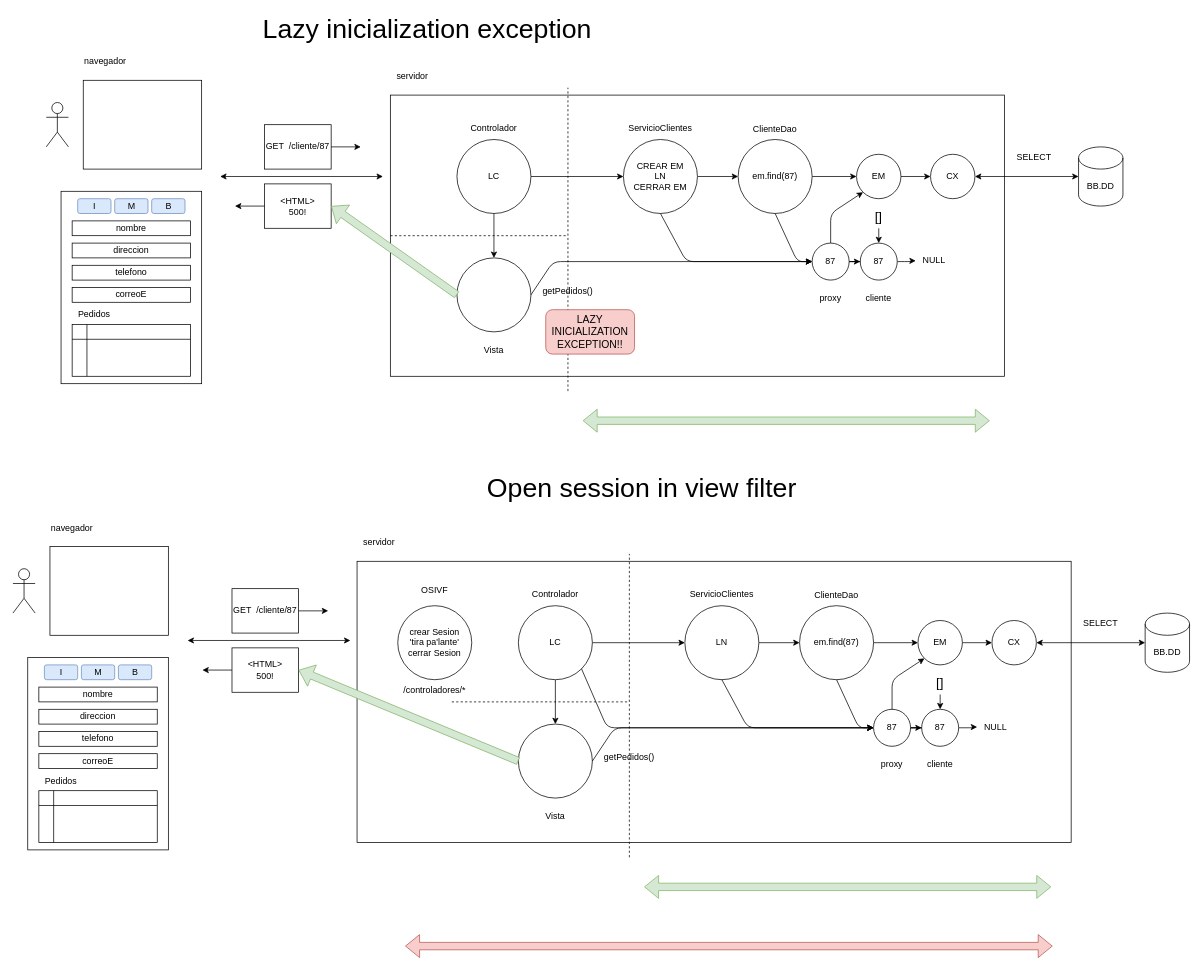
The draw.io diagram page "Página-20" (20 of 30) of diagramas.drawio in lrag/JEE, before the edit. Source tidied: cells renumbered, new cells numbered last; positions are measured from the earlier drawing's top-left corner, leaving out a move shared by most shapes. Both pictures are drawn from the tidied source at 74%, with x=0, y=0 at pixel (13, 21).
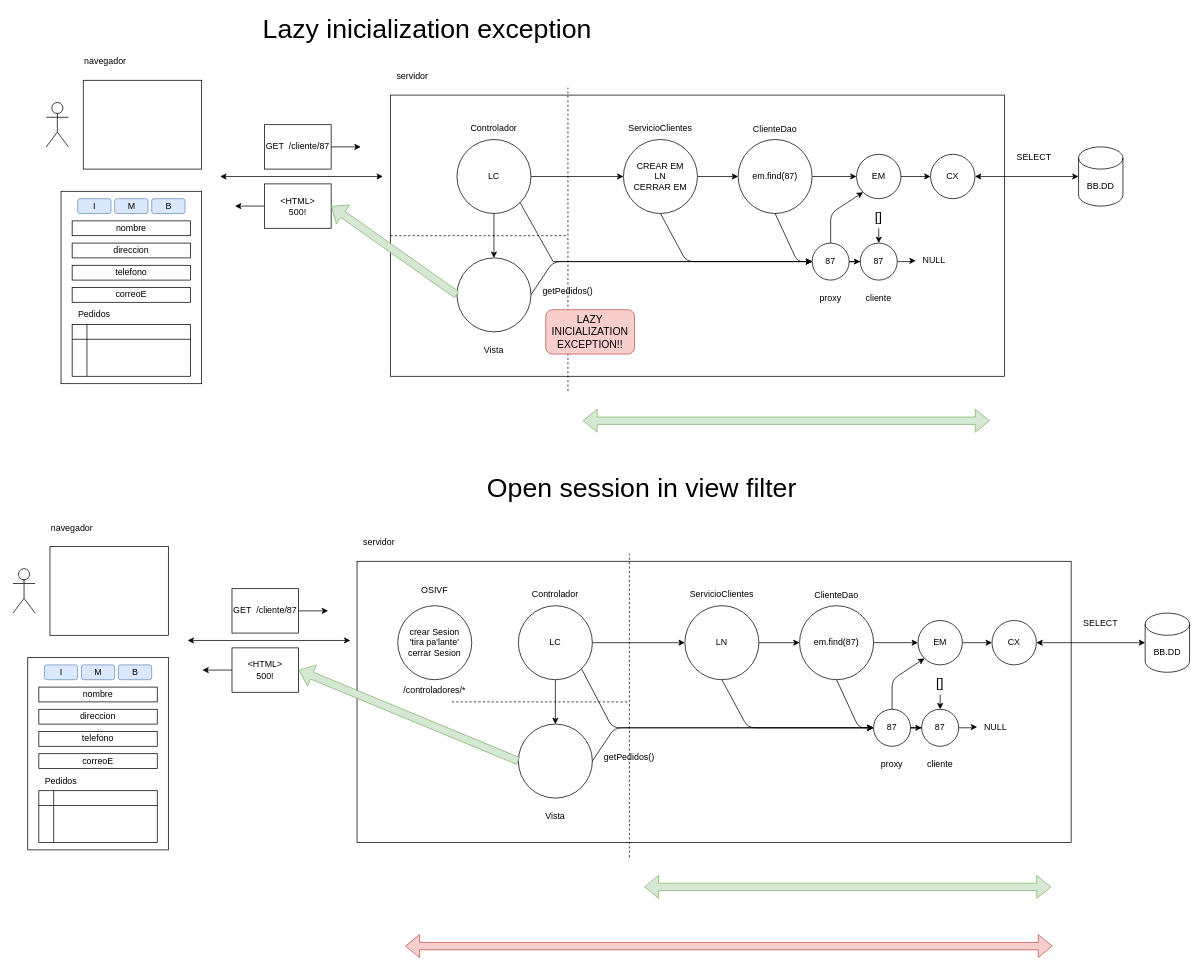
Above is the later version.

Unchanged cells that the change refers to:
```xml
<mxCell id="14" value="LC" style="ellipse;whiteSpace=wrap;html=1;" parent="1" vertex="1">
  <mxGeometry x="600" y="160" width="100" height="100" as="geometry" />
</mxCell>
<mxCell id="51" value="87" style="ellipse;whiteSpace=wrap;html=1;fontSize=12;" parent="1" vertex="1">
  <mxGeometry x="1080" y="300" width="50" height="50" as="geometry" />
</mxCell>
<mxCell id="73" value="LC" style="ellipse;whiteSpace=wrap;html=1;" parent="1" vertex="1">
  <mxGeometry x="683" y="790" width="100" height="100" as="geometry" />
</mxCell>
<mxCell id="110" value="87" style="ellipse;whiteSpace=wrap;html=1;fontSize=12;" parent="1" vertex="1">
  <mxGeometry x="1163" y="930" width="50" height="50" as="geometry" />
</mxCell>
```

Diff of the diagram source:
```diff
@@
     <mxCell id="116" style="endArrow=classic;html=1;rounded=1;fontSize=12;exitX=1;exitY=1;exitDx=0;exitDy=0;entryX=0;entryY=0.5;entryDx=0;entryDy=0;" parent="1" edge="1" source="73" target="110">
       <mxGeometry relative="1" as="geometry">
         <Array as="points">
-          <mxPoint x="803" y="955" />
+          <mxPoint x="810" y="955" />
         </Array>
       </mxGeometry>
     </mxCell>
@@
+    <mxCell id="124" style="endArrow=classic;html=1;rounded=0;exitX=1;exitY=1;exitDx=0;exitDy=0;entryX=0;entryY=0.5;entryDx=0;entryDy=0;" parent="1" edge="1" source="14" target="51">
+      <mxGeometry relative="1" as="geometry">
+        <Array as="points">
+          <mxPoint x="730" y="325" />
+        </Array>
+      </mxGeometry>
+    </mxCell>
```
